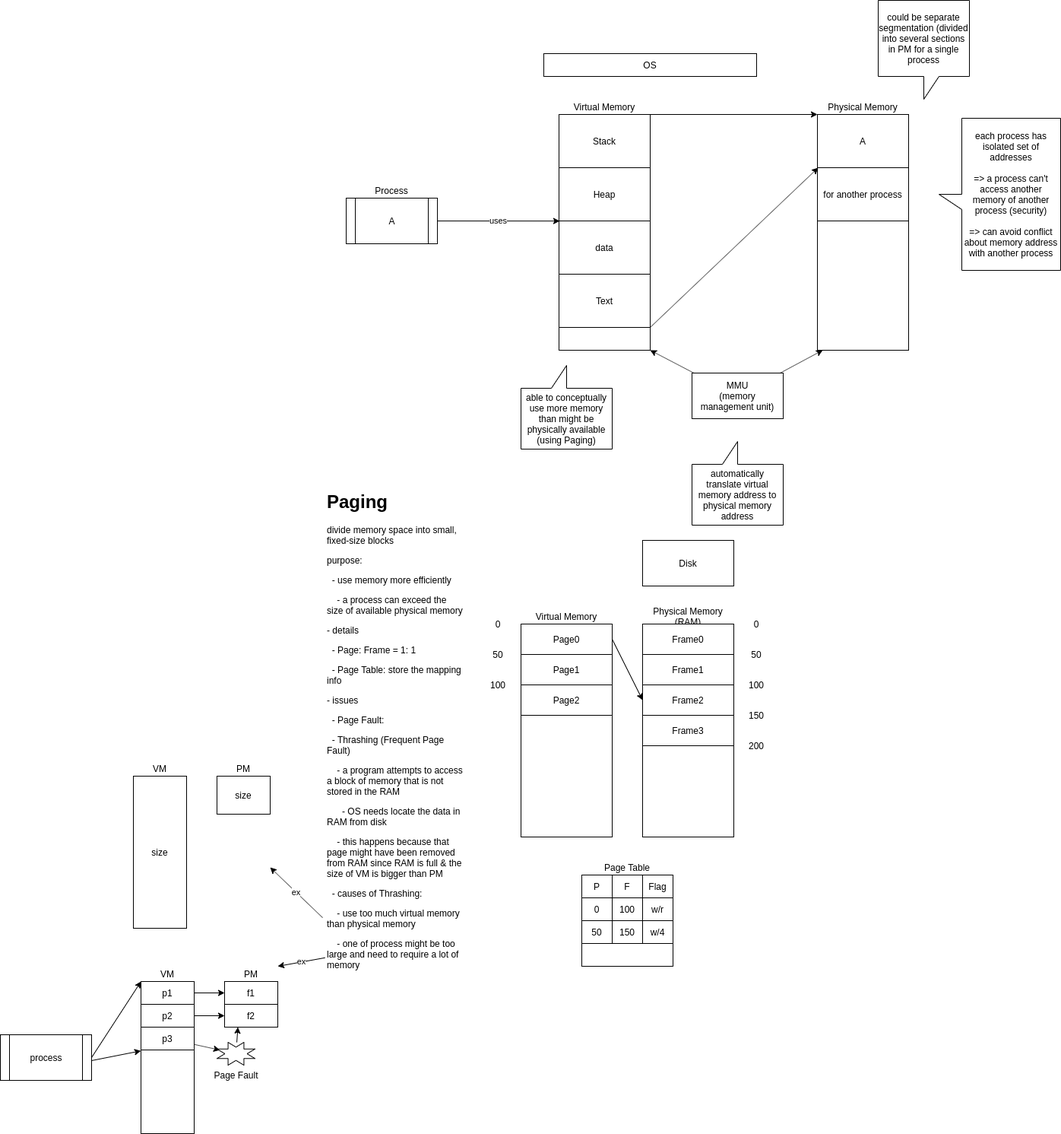
Above: MemoryManagement.PNG in stsiwo/performance (draw.io), before the change. Source tidied: cells renumbered, new cells last; positions are measured from the earlier drawing's top-left corner, leaving out a move shared by most shapes.
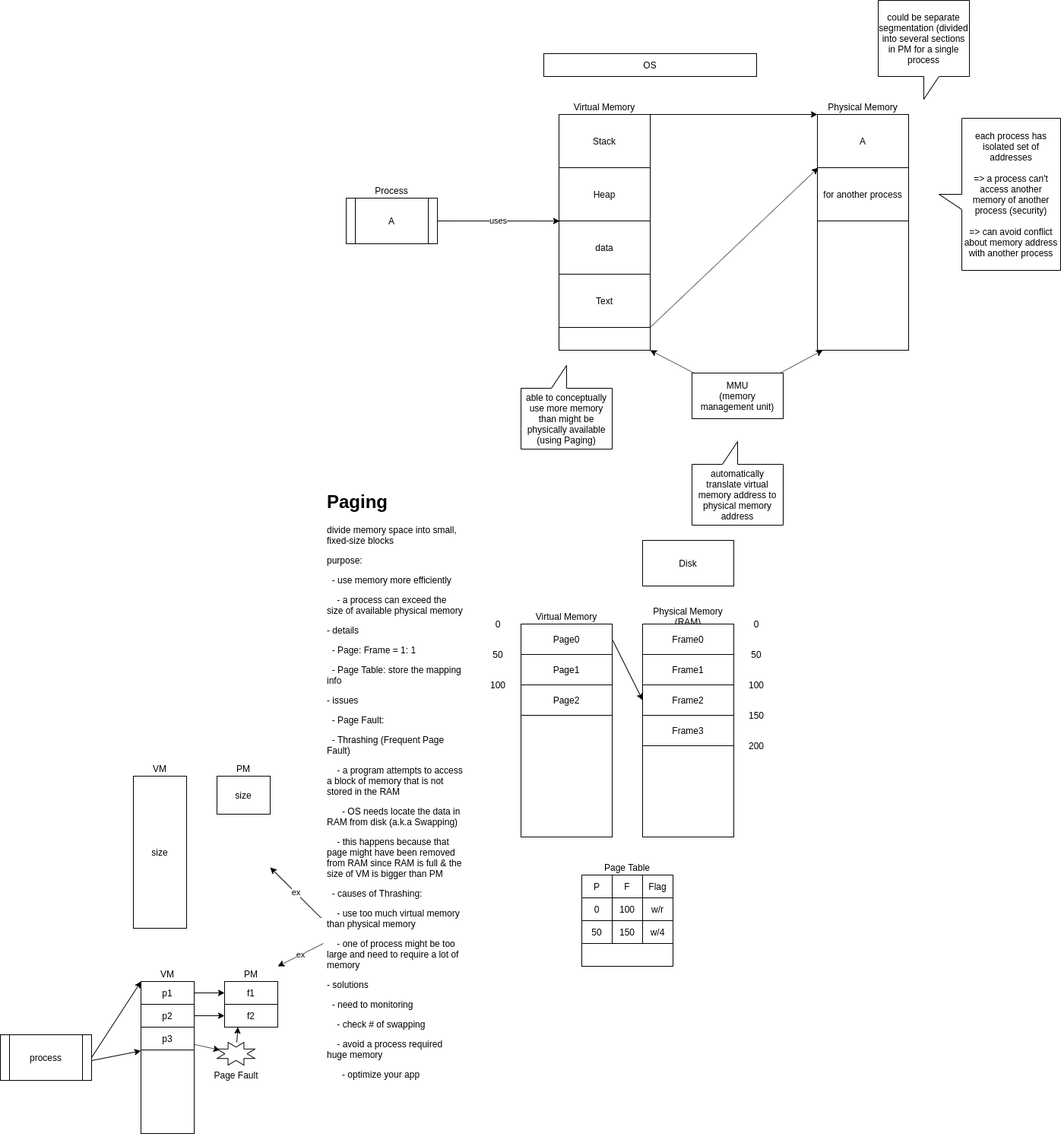
The same diagram one commit later.

What changed in the source:
```diff
@@ -98,8 +98,8 @@
     <mxCell id="33" value="Frame0" style="rounded=0;whiteSpace=wrap;html=1;" parent="1" vertex="1">
       <mxGeometry x="845" y="820" width="120" height="40" as="geometry" />
     </mxCell>
-    <mxCell id="34" value="&lt;h1&gt;Paging&lt;/h1&gt;&lt;p&gt;divide memory space into small, fixed-size blocks&lt;/p&gt;&lt;p&gt;purpose:&lt;/p&gt;&lt;p&gt;&amp;nbsp; - use memory more efficiently&lt;/p&gt;&lt;p&gt;&amp;nbsp; &amp;nbsp; - a process can exceed the size of available physical memory&lt;/p&gt;&lt;p&gt;- details&lt;/p&gt;&lt;p&gt;&amp;nbsp; - Page: Frame = 1: 1&lt;/p&gt;&lt;p&gt;&amp;nbsp; - Page Table: store the mapping info&lt;/p&gt;&lt;p&gt;- issues&lt;/p&gt;&lt;p&gt;&amp;nbsp; - Page Fault:&lt;/p&gt;&lt;p&gt;&amp;nbsp; - Thrashing (Frequent Page Fault)&lt;/p&gt;&lt;p&gt;&amp;nbsp; &amp;nbsp; - a program attempts to access a block of memory that is not stored in the RAM&lt;/p&gt;&lt;p&gt;&amp;nbsp; &amp;nbsp; &amp;nbsp; - OS needs locate the data in RAM from disk&lt;/p&gt;&lt;p&gt;&amp;nbsp; &amp;nbsp; - this happens because that page might have been removed from RAM since RAM is full &amp;amp; the size of VM is bigger than PM&lt;/p&gt;&lt;p&gt;&amp;nbsp; - causes of Thrashing:&lt;/p&gt;&lt;p&gt;&amp;nbsp; &amp;nbsp; - use too much virtual memory than physical memory&lt;/p&gt;&lt;p&gt;&amp;nbsp; &amp;nbsp; - one of process might be too large and need to require a lot of memory&amp;nbsp; &amp;nbsp;&amp;nbsp;&lt;/p&gt;&lt;p&gt;&lt;br&gt;&lt;/p&gt;" style="text;html=1;strokeColor=none;fillColor=none;spacing=5;spacingTop=-20;whiteSpace=wrap;overflow=hidden;rounded=0;" parent="1" vertex="1">
-      <mxGeometry x="425" y="640" width="190" height="650" as="geometry" />
+    <mxCell id="34" value="&lt;h1&gt;Paging&lt;/h1&gt;&lt;p&gt;divide memory space into small, fixed-size blocks&lt;/p&gt;&lt;p&gt;purpose:&lt;/p&gt;&lt;p&gt;&amp;nbsp; - use memory more efficiently&lt;/p&gt;&lt;p&gt;&amp;nbsp; &amp;nbsp; - a process can exceed the size of available physical memory&lt;/p&gt;&lt;p&gt;- details&lt;/p&gt;&lt;p&gt;&amp;nbsp; - Page: Frame = 1: 1&lt;/p&gt;&lt;p&gt;&amp;nbsp; - Page Table: store the mapping info&lt;/p&gt;&lt;p&gt;- issues&lt;/p&gt;&lt;p&gt;&amp;nbsp; - Page Fault:&lt;/p&gt;&lt;p&gt;&amp;nbsp; - Thrashing (Frequent Page Fault)&lt;/p&gt;&lt;p&gt;&amp;nbsp; &amp;nbsp; - a program attempts to access a block of memory that is not stored in the RAM&lt;/p&gt;&lt;p&gt;&amp;nbsp; &amp;nbsp; &amp;nbsp; - OS needs locate the data in RAM from disk (a.k.a Swapping)&lt;/p&gt;&lt;p&gt;&amp;nbsp; &amp;nbsp; - this happens because that page might have been removed from RAM since RAM is full &amp;amp; the size of VM is bigger than PM&lt;/p&gt;&lt;p&gt;&amp;nbsp; - causes of Thrashing:&lt;/p&gt;&lt;p&gt;&amp;nbsp; &amp;nbsp; - use too much virtual memory than physical memory&lt;/p&gt;&lt;p&gt;&amp;nbsp; &amp;nbsp; - one of process might be too large and need to require a lot of memory&amp;nbsp; &amp;nbsp;&amp;nbsp;&lt;/p&gt;&lt;p&gt;- solutions&lt;/p&gt;&lt;p&gt;&amp;nbsp; - need to monitoring&lt;/p&gt;&lt;p&gt;&amp;nbsp; &amp;nbsp; - check # of swapping&amp;nbsp;&lt;/p&gt;&lt;p&gt;&amp;nbsp; &amp;nbsp; - avoid a process required huge memory&lt;/p&gt;&lt;p&gt;&amp;nbsp; &amp;nbsp; &amp;nbsp; - optimize your app&lt;/p&gt;" style="text;html=1;strokeColor=none;fillColor=none;spacing=5;spacingTop=-20;whiteSpace=wrap;overflow=hidden;rounded=0;" parent="1" vertex="1">
+      <mxGeometry x="425" y="640" width="190" height="800" as="geometry" />
     </mxCell>
     <mxCell id="35" style="rounded=0;whiteSpace=wrap;html=1;" parent="1" vertex="1">
       <mxGeometry x="765" y="1150" width="120" height="120" as="geometry" />
@@ -191,7 +191,7 @@
     <mxCell id="64" value="PM" style="text;html=1;strokeColor=none;fillColor=none;align=center;verticalAlign=middle;whiteSpace=wrap;rounded=0;" parent="1" vertex="1">
       <mxGeometry x="285" y="1000" width="70" height="20" as="geometry" />
     </mxCell>
-    <mxCell id="65" value="ex" style="endArrow=classic;html=1;exitX=-0.005;exitY=0.871;exitDx=0;exitDy=0;exitPerimeter=0;" parent="1" edge="1" source="34">
+    <mxCell id="65" value="ex" style="endArrow=classic;html=1;exitX=-0.016;exitY=0.708;exitDx=0;exitDy=0;exitPerimeter=0;" parent="1" edge="1" source="34">
       <mxGeometry relative="1" as="geometry">
         <mxPoint x="355" y="1140" as="targetPoint" />
       </mxGeometry>
@@ -252,7 +252,7 @@
     <mxCell id="83" value="process" style="shape=process;whiteSpace=wrap;html=1;backgroundOutline=1;" parent="1" vertex="1">
       <mxGeometry y="1360" width="120" height="60" as="geometry" />
     </mxCell>
-    <mxCell id="84" value="ex" style="endArrow=classic;html=1;exitX=0.011;exitY=0.952;exitDx=0;exitDy=0;exitPerimeter=0;entryX=1;entryY=0;entryDx=0;entryDy=0;" parent="1" edge="1" source="34" target="69">
+    <mxCell id="84" value="ex" style="endArrow=classic;html=1;exitX=0;exitY=0.75;exitDx=0;exitDy=0;entryX=1;entryY=0;entryDx=0;entryDy=0;" parent="1" edge="1" source="34" target="69">
       <mxGeometry relative="1" as="geometry" />
     </mxCell>
   </root>
```
